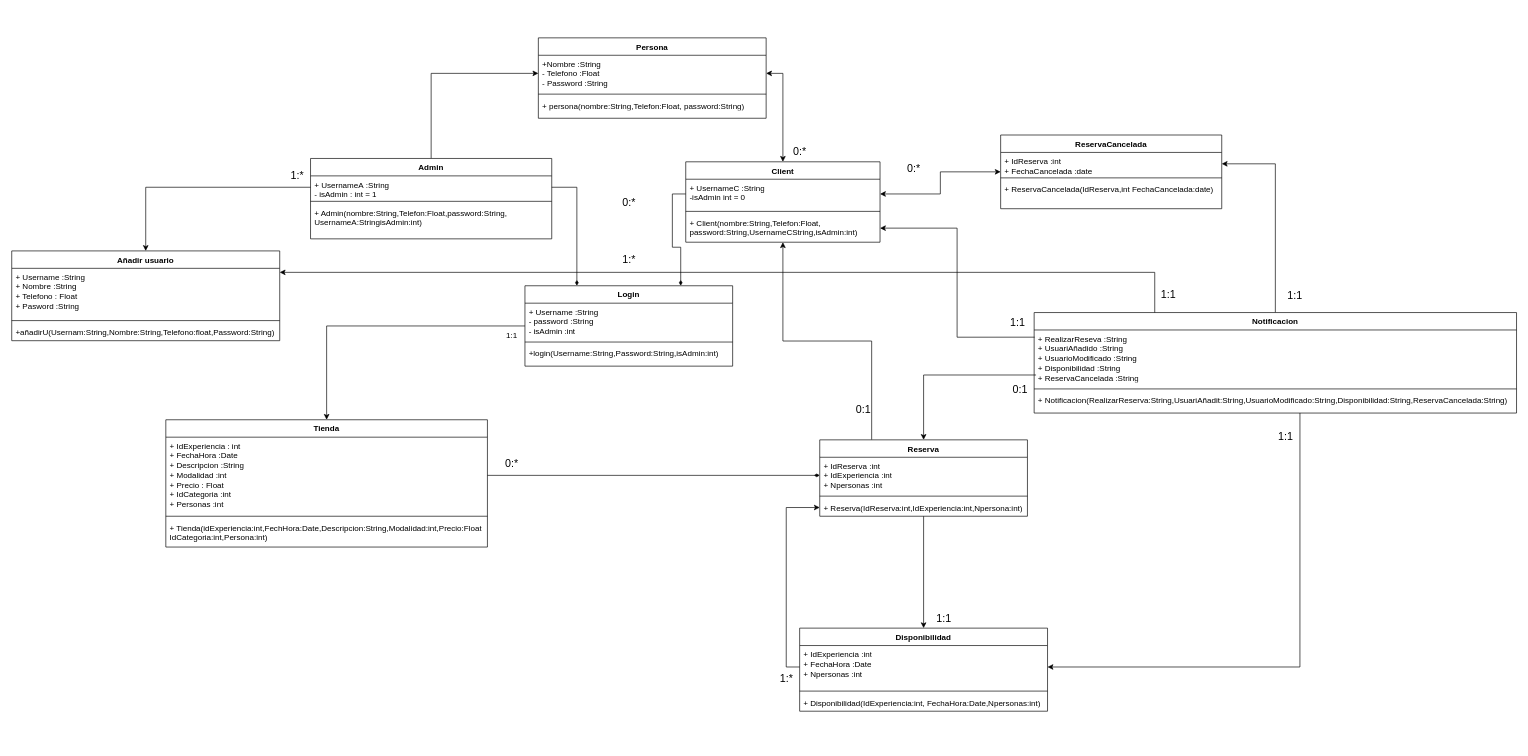
Before: Diagramas/UML_XaJo.drawio in joam6/Sailing_XaJo, a draw.io diagram. Source tidied: cells renumbered, new cells numbered last; positions are measured from the earlier drawing's top-left corner, leaving out a move shared by most shapes. Both pictures are drawn from the tidied source at 67%, with x=0, y=0 at pixel (11, 38).
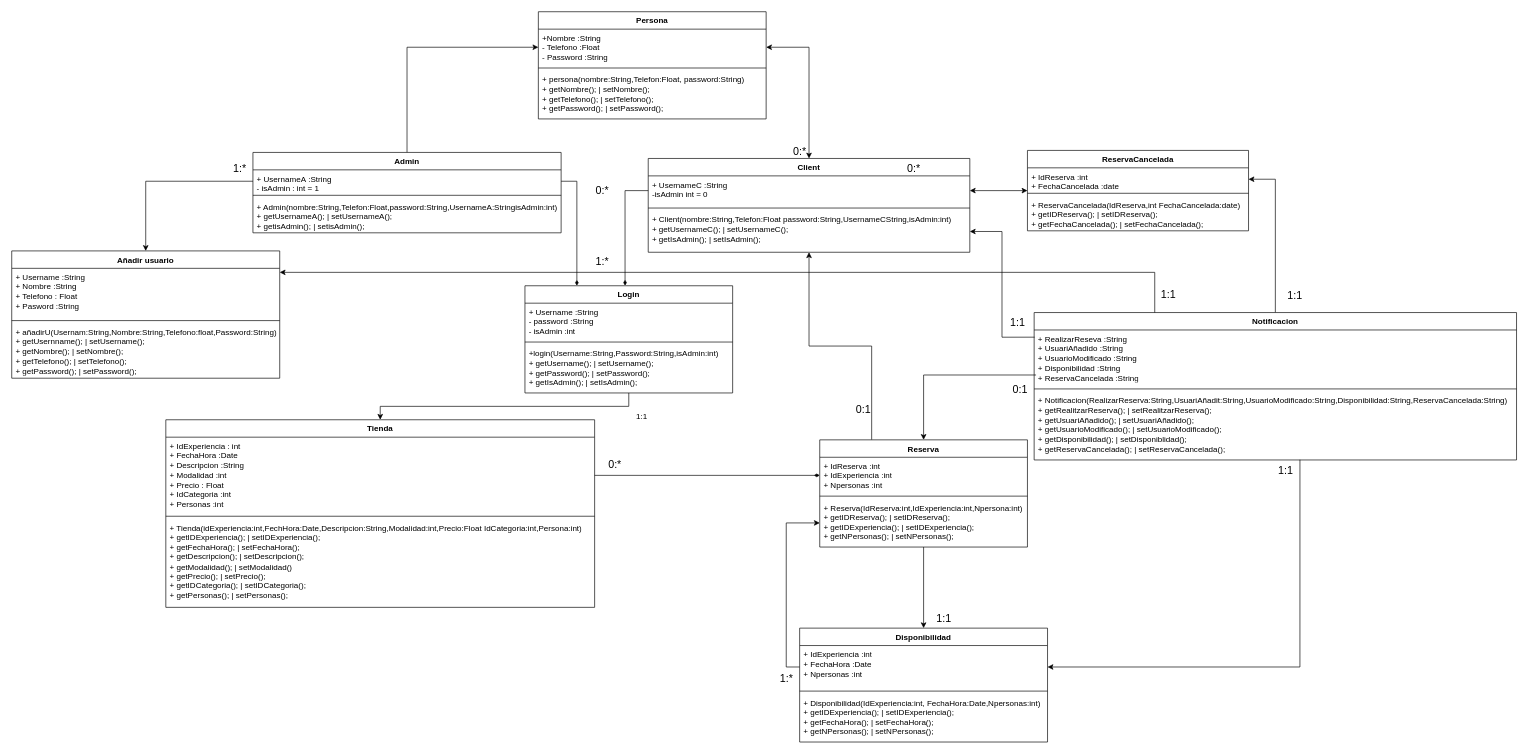
The same page after the edit.

Diff of the diagram source:
```diff
@@
     <mxCell id="3" value="Login" style="swimlane;fontStyle=1;align=center;verticalAlign=top;horizontal=1;startSize=26;whiteSpace=wrap;html=1;" parent="1" vertex="1">
-      <mxGeometry x="766" y="370" width="310" height="120" as="geometry" />
+      <mxGeometry x="766" y="370" width="310" height="160" as="geometry" />
     </mxCell>
@@
-    <mxCell id="6" value="&lt;span style=&quot;text-wrap-mode: nowrap;&quot;&gt;+login(Username:String,Password:String,isAdmin:int)&lt;/span&gt;" style="text;strokeColor=none;fillColor=none;align=left;verticalAlign=top;spacingLeft=4;spacingRight=4;overflow=hidden;whiteSpace=wrap;html=1;" parent="3" vertex="1">
-      <mxGeometry y="88" width="310" height="32" as="geometry" />
+    <mxCell id="6" value="&lt;span style=&quot;text-wrap-mode: nowrap;&quot;&gt;+login(Username:String,Password:String,isAdmin:int)&lt;/span&gt;&lt;div&gt;+&amp;nbsp;&lt;span style=&quot;background-color: initial;&quot;&gt;getUsername(); | setUsername();&lt;/span&gt;&lt;span style=&quot;text-wrap-mode: nowrap;&quot;&gt;&lt;/span&gt;&lt;/div&gt;&lt;div&gt;+&amp;nbsp;&lt;span style=&quot;background-color: initial;&quot;&gt;getPassword(); | setPassword();&lt;/span&gt;&lt;span style=&quot;background-color: initial;&quot;&gt;&lt;/span&gt;&lt;/div&gt;&lt;div&gt;+&amp;nbsp;&lt;span style=&quot;background-color: initial;&quot;&gt;getIsAdmin(); | setIsAdmin();&lt;/span&gt;&lt;/div&gt;" style="text;strokeColor=none;fillColor=none;align=left;verticalAlign=top;spacingLeft=4;spacingRight=4;overflow=hidden;whiteSpace=wrap;html=1;" parent="3" vertex="1">
+      <mxGeometry y="88" width="310" height="72" as="geometry" />
     </mxCell>
     <mxCell id="7" value="Persona" style="swimlane;fontStyle=1;align=center;verticalAlign=top;horizontal=1;startSize=26;whiteSpace=wrap;html=1;" parent="1" vertex="1">
-      <mxGeometry x="786" width="340" height="120" as="geometry" />
+      <mxGeometry x="786" y="-39" width="340" height="160" as="geometry" />
     </mxCell>
@@
-    <mxCell id="10" value="+ persona(nombre:String,Telefon:Float, password:String)" style="text;strokeColor=none;fillColor=none;align=left;verticalAlign=top;spacingLeft=4;spacingRight=4;overflow=hidden;whiteSpace=wrap;html=1;" parent="7" vertex="1">
-      <mxGeometry y="88" width="340" height="32" as="geometry" />
+    <mxCell id="10" value="+ persona(nombre:String,Telefon:Float, password:String)&lt;div&gt;+&amp;nbsp;&lt;span style=&quot;background-color: initial;&quot;&gt;getNombre(); | setNombre();&lt;/span&gt;&lt;/div&gt;&lt;div&gt;+&amp;nbsp;&lt;span style=&quot;background-color: initial;&quot;&gt;getTelefono(); | setTelefono();&lt;/span&gt;&lt;span style=&quot;background-color: initial;&quot;&gt;&lt;/span&gt;&lt;/div&gt;&lt;div&gt;+&amp;nbsp;&lt;span style=&quot;background-color: initial;&quot;&gt;getPassword(); | setPassword();&lt;/span&gt;&lt;span style=&quot;background-color: initial;&quot;&gt;&lt;/span&gt;&lt;/div&gt;" style="text;strokeColor=none;fillColor=none;align=left;verticalAlign=top;spacingLeft=4;spacingRight=4;overflow=hidden;whiteSpace=wrap;html=1;" parent="7" vertex="1">
+      <mxGeometry y="88" width="340" height="72" as="geometry" />
     </mxCell>
@@
     <mxCell id="12" value="Admin" style="swimlane;fontStyle=1;align=center;verticalAlign=top;horizontal=1;startSize=26;whiteSpace=wrap;html=1;" parent="1" vertex="1">
-      <mxGeometry x="446" y="180" width="360" height="120" as="geometry" />
+      <mxGeometry x="360" y="171" width="460" height="120" as="geometry" />
     </mxCell>
     <mxCell id="13" value="&lt;div&gt;+ UsernameA&amp;nbsp;&lt;span style=&quot;background-color: initial;&quot;&gt;:String&lt;/span&gt;&lt;/div&gt;- isAdmin : int = 1" style="text;strokeColor=none;fillColor=none;align=left;verticalAlign=top;spacingLeft=4;spacingRight=4;overflow=hidden;points=[[0,0.5],[1,0.5]];portConstraint=eastwest;whiteSpace=wrap;html=1;" parent="12" vertex="1">
-      <mxGeometry y="26" width="360" height="34" as="geometry" />
+      <mxGeometry y="26" width="460" height="34" as="geometry" />
     </mxCell>
     <mxCell id="14" style="line;strokeWidth=1;fillColor=none;align=left;verticalAlign=middle;spacingTop=-1;spacingLeft=3;spacingRight=3;labelPosition=right;strokeColor=inherit;" parent="12" vertex="1">
-      <mxGeometry y="60" width="360" height="8" as="geometry" />
+      <mxGeometry y="60" width="460" height="8" as="geometry" />
     </mxCell>
-    <mxCell id="15" value="+ Admin(nombre:String,Telefon:Float,password:String,&lt;br&gt;UsernameA:StringisAdmin:int)" style="text;strokeColor=none;fillColor=none;align=left;verticalAlign=top;spacingLeft=4;spacingRight=4;overflow=hidden;whiteSpace=wrap;html=1;" parent="12" vertex="1">
-      <mxGeometry y="68" width="360" height="52" as="geometry" />
+    <mxCell id="15" value="+ Admin(nombre:String,Telefon:Float,password:String,UsernameA:StringisAdmin:int)&lt;div&gt;+&amp;nbsp;&lt;span style=&quot;background-color: initial;&quot;&gt;getUsernameA(); | setUsernameA();&lt;/span&gt;&lt;/div&gt;&lt;div&gt;+&amp;nbsp;&lt;span style=&quot;background-color: initial;&quot;&gt;getisAdmin(); | setisAdmin();&lt;/span&gt;&lt;span style=&quot;background-color: initial;&quot;&gt;&lt;/span&gt;&lt;/div&gt;" style="text;strokeColor=none;fillColor=none;align=left;verticalAlign=top;spacingLeft=4;spacingRight=4;overflow=hidden;whiteSpace=wrap;html=1;" parent="12" vertex="1">
+      <mxGeometry y="68" width="460" height="52" as="geometry" />
     </mxCell>
@@
     <mxCell id="17" value="Client" style="swimlane;fontStyle=1;align=center;verticalAlign=top;horizontal=1;startSize=26;whiteSpace=wrap;html=1;" parent="1" vertex="1">
-      <mxGeometry x="1006" y="185" width="290" height="120" as="geometry" />
+      <mxGeometry x="950" y="180" width="480" height="140" as="geometry" />
     </mxCell>
     <mxCell id="18" value="&lt;div&gt;+ UsernameC&amp;nbsp;&lt;span style=&quot;background-color: initial;&quot;&gt;:String&lt;br&gt;-isAdmin int = 0&lt;/span&gt;&lt;/div&gt;" style="text;strokeColor=none;fillColor=none;align=left;verticalAlign=top;spacingLeft=4;spacingRight=4;overflow=hidden;points=[[0,0.5],[1,0.5]];portConstraint=eastwest;whiteSpace=wrap;html=1;" parent="17" vertex="1">
-      <mxGeometry y="26" width="290" height="44" as="geometry" />
+      <mxGeometry y="26" width="480" height="44" as="geometry" />
     </mxCell>
     <mxCell id="19" style="line;strokeWidth=1;fillColor=none;align=left;verticalAlign=middle;spacingTop=-1;spacingLeft=3;spacingRight=3;labelPosition=right;strokeColor=inherit;" parent="17" vertex="1">
-      <mxGeometry y="70" width="290" height="8" as="geometry" />
+      <mxGeometry y="70" width="480" height="8" as="geometry" />
     </mxCell>
-    <mxCell id="20" value="+ Client(nombre:String,Telefon:Float, password:String,UsernameCString,isAdmin:int)&lt;div&gt;&lt;/div&gt;" style="text;strokeColor=none;fillColor=none;align=left;verticalAlign=top;spacingLeft=4;spacingRight=4;overflow=hidden;points=[[0,0.5],[1,0.5]];portConstraint=eastwest;whiteSpace=wrap;html=1;" parent="17" vertex="1">
-      <mxGeometry y="78" width="290" height="42" as="geometry" />
+    <mxCell id="20" value="+ Client(nombre:String,Telefon:Float password:String,UsernameCString,isAdmin:int)&lt;div&gt;&lt;/div&gt;&lt;div&gt;+&amp;nbsp;&lt;span style=&quot;background-color: initial;&quot;&gt;getUsernameC(); | setUsernameC();&lt;/span&gt;&lt;/div&gt;&lt;div&gt;+&amp;nbsp;&lt;span style=&quot;background-color: initial;&quot;&gt;getIsAdmin(); | setIsAdmin();&lt;/span&gt;&lt;span style=&quot;background-color: initial;&quot;&gt;&lt;/span&gt;&lt;/div&gt;" style="text;strokeColor=none;fillColor=none;align=left;verticalAlign=top;spacingLeft=4;spacingRight=4;overflow=hidden;points=[[0,0.5],[1,0.5]];portConstraint=eastwest;whiteSpace=wrap;html=1;" parent="17" vertex="1">
+      <mxGeometry y="78" width="480" height="62" as="geometry" />
     </mxCell>
@@
     <mxCell id="24" value="Reserva" style="swimlane;fontStyle=1;align=center;verticalAlign=top;horizontal=1;startSize=26;whiteSpace=wrap;html=1;" parent="1" vertex="1">
-      <mxGeometry x="1206" y="600" width="310" height="114" as="geometry" />
+      <mxGeometry x="1206" y="600" width="310" height="160" as="geometry" />
     </mxCell>
@@
-    <mxCell id="27" value="+ Reserva(IdReserva:int,IdExperiencia:int,Npersona:int)" style="text;strokeColor=none;fillColor=none;align=left;verticalAlign=top;spacingLeft=4;spacingRight=4;overflow=hidden;points=[[0,0.5],[1,0.5]];portConstraint=eastwest;whiteSpace=wrap;html=1;" parent="24" vertex="1">
-      <mxGeometry y="88" width="310" height="26" as="geometry" />
+    <mxCell id="27" value="+ Reserva(IdReserva:int,IdExperiencia:int,Npersona:int)&lt;div&gt;+&amp;nbsp;&lt;span style=&quot;background-color: initial;&quot;&gt;getIDReserva(); | setIDReserva();&lt;/span&gt;&lt;/div&gt;&lt;div&gt;+&amp;nbsp;&lt;span style=&quot;background-color: initial;&quot;&gt;getIDExperiencia(); | setIDExperiencia();&lt;/span&gt;&lt;span style=&quot;background-color: initial;&quot;&gt;&lt;/span&gt;&lt;/div&gt;&lt;div&gt;+&amp;nbsp;&lt;span style=&quot;background-color: initial;&quot;&gt;getNPersonas(); | setNPersonas();&lt;/span&gt;&lt;span style=&quot;background-color: initial;&quot;&gt;&lt;/span&gt;&lt;/div&gt;&lt;div&gt;&lt;span style=&quot;background-color: initial;&quot;&gt;&lt;br&gt;&lt;/span&gt;&lt;/div&gt;" style="text;strokeColor=none;fillColor=none;align=left;verticalAlign=top;spacingLeft=4;spacingRight=4;overflow=hidden;points=[[0,0.5],[1,0.5]];portConstraint=eastwest;whiteSpace=wrap;html=1;" parent="24" vertex="1">
+      <mxGeometry y="88" width="310" height="72" as="geometry" />
     </mxCell>
@@
     <mxCell id="29" value="Notificacion" style="swimlane;fontStyle=1;align=center;verticalAlign=top;horizontal=1;startSize=26;whiteSpace=wrap;html=1;" parent="1" vertex="1">
-      <mxGeometry x="1526" y="410" width="720" height="150" as="geometry" />
+      <mxGeometry x="1526" y="410" width="720" height="220" as="geometry" />
     </mxCell>
@@
-    <mxCell id="32" value="+ Notificacion(RealizarReserva:String,UsuariAñadit:String,UsuarioModificado:String,Disponibilidad:String,ReservaCancelada:String)" style="text;strokeColor=none;fillColor=none;align=left;verticalAlign=top;spacingLeft=4;spacingRight=4;overflow=hidden;points=[[0,0.5],[1,0.5]];portConstraint=eastwest;whiteSpace=wrap;html=1;" parent="29" vertex="1">
-      <mxGeometry y="118" width="720" height="32" as="geometry" />
+    <mxCell id="32" value="+ Notificacion(RealizarReserva:String,UsuariAñadit:String,UsuarioModificado:String,Disponibilidad:String,ReservaCancelada:String)&lt;div&gt;+&amp;nbsp;&lt;span style=&quot;background-color: initial;&quot;&gt;getRealitzarReserva(); | setRealitzarReserva();&lt;/span&gt;&lt;/div&gt;&lt;div&gt;+&amp;nbsp;&lt;span style=&quot;background-color: initial;&quot;&gt;getUsuariAñadido(); | setUsuariAñadido();&lt;/span&gt;&lt;span style=&quot;background-color: initial;&quot;&gt;&lt;/span&gt;&lt;/div&gt;&lt;div&gt;+&amp;nbsp;&lt;span style=&quot;background-color: initial;&quot;&gt;getUsuarioModificado(); | setUsuarioModificado();&lt;/span&gt;&lt;span style=&quot;background-color: initial;&quot;&gt;&lt;/span&gt;&lt;/div&gt;&lt;div&gt;+&amp;nbsp;&lt;span style=&quot;background-color: initial;&quot;&gt;getDisponibilidad(); | setDisponiblidad();&lt;/span&gt;&lt;span style=&quot;background-color: initial;&quot;&gt;&lt;/span&gt;&lt;/div&gt;&lt;div&gt;+&amp;nbsp;&lt;span style=&quot;background-color: initial;&quot;&gt;getReservaCancelada(); | setReservaCancelada();&lt;/span&gt;&lt;span style=&quot;background-color: initial;&quot;&gt;&lt;/span&gt;&lt;/div&gt;&lt;div&gt;&lt;span style=&quot;background-color: initial;&quot;&gt;&lt;br&gt;&lt;/span&gt;&lt;/div&gt;" style="text;strokeColor=none;fillColor=none;align=left;verticalAlign=top;spacingLeft=4;spacingRight=4;overflow=hidden;points=[[0,0.5],[1,0.5]];portConstraint=eastwest;whiteSpace=wrap;html=1;" parent="29" vertex="1">
+      <mxGeometry y="118" width="720" height="102" as="geometry" />
     </mxCell>
@@
     <mxCell id="34" value="Añadir usuario" style="swimlane;fontStyle=1;align=center;verticalAlign=top;horizontal=1;startSize=26;whiteSpace=wrap;html=1;" parent="1" vertex="1">
-      <mxGeometry y="318" width="400" height="134" as="geometry" />
+      <mxGeometry y="318" width="400" height="190" as="geometry" />
     </mxCell>
@@
-    <mxCell id="37" value="+añadirU(Usernam:String,Nombre:String,Telefono:float,Password:String&lt;span style=&quot;background-color: initial;&quot;&gt;)&lt;/span&gt;" style="text;strokeColor=none;fillColor=none;align=left;verticalAlign=top;spacingLeft=4;spacingRight=4;overflow=hidden;whiteSpace=wrap;html=1;" parent="34" vertex="1">
-      <mxGeometry y="108" width="400" height="26" as="geometry" />
+    <mxCell id="37" value="+ añadirU(Usernam:String,Nombre:String,Telefono:float,Password:String&lt;span style=&quot;background-color: initial;&quot;&gt;)&lt;/span&gt;&lt;div&gt;&lt;span style=&quot;background-color: initial;&quot;&gt;+ getUsernname();&amp;nbsp;&lt;/span&gt;|&lt;span style=&quot;background-color: initial;&quot;&gt;&amp;nbsp;setUsername();&lt;/span&gt;&lt;/div&gt;&lt;div&gt;&lt;span style=&quot;background-color: initial;&quot;&gt;+ getNombre(); | setNombre();&lt;/span&gt;&lt;/div&gt;&lt;div&gt;&lt;span style=&quot;background-color: initial;&quot;&gt;+ getTelefono();&amp;nbsp;&lt;/span&gt;&lt;span style=&quot;background-color: initial;&quot;&gt;|&amp;nbsp;&lt;/span&gt;&lt;span style=&quot;background-color: initial;&quot;&gt;setTelefono();&lt;/span&gt;&lt;/div&gt;&lt;div&gt;&lt;span style=&quot;background-color: initial;&quot;&gt;+ getPassword();&amp;nbsp;&lt;/span&gt;&lt;span style=&quot;background-color: initial;&quot;&gt;| setPassword();&lt;/span&gt;&lt;/div&gt;" style="text;strokeColor=none;fillColor=none;align=left;verticalAlign=top;spacingLeft=4;spacingRight=4;overflow=hidden;whiteSpace=wrap;html=1;" parent="34" vertex="1">
+      <mxGeometry y="108" width="400" height="82" as="geometry" />
     </mxCell>
@@
     <mxCell id="39" value="ReservaCancelada" style="swimlane;fontStyle=1;align=center;verticalAlign=top;horizontal=1;startSize=26;whiteSpace=wrap;html=1;" parent="1" vertex="1">
-      <mxGeometry x="1476" y="145" width="330" height="110" as="geometry" />
+      <mxGeometry x="1516" y="168" width="330" height="120" as="geometry" />
     </mxCell>
@@
-    <mxCell id="42" value="+ ReservaCancelada(IdReserva,int FechaCancelada:date)" style="text;strokeColor=none;fillColor=none;align=left;verticalAlign=top;spacingLeft=4;spacingRight=4;overflow=hidden;whiteSpace=wrap;html=1;" parent="39" vertex="1">
-      <mxGeometry y="68" width="330" height="42" as="geometry" />
+    <mxCell id="42" value="+ ReservaCancelada(IdReserva,int FechaCancelada:date)&lt;div&gt;+&amp;nbsp;&lt;span style=&quot;background-color: initial;&quot;&gt;getIDReserva(); | setIDReserva();&lt;/span&gt;&lt;/div&gt;&lt;div&gt;+&amp;nbsp;&lt;span style=&quot;background-color: initial;&quot;&gt;getFechaCancelada(); | setFechaCancelada();&lt;/span&gt;&lt;span style=&quot;background-color: initial;&quot;&gt;&lt;/span&gt;&lt;/div&gt;" style="text;strokeColor=none;fillColor=none;align=left;verticalAlign=top;spacingLeft=4;spacingRight=4;overflow=hidden;whiteSpace=wrap;html=1;" parent="39" vertex="1">
+      <mxGeometry y="68" width="330" height="52" as="geometry" />
     </mxCell>
     <mxCell id="43" value="Disponibilidad" style="swimlane;fontStyle=1;align=center;verticalAlign=top;horizontal=1;startSize=26;whiteSpace=wrap;html=1;" parent="1" vertex="1">
-      <mxGeometry x="1176" y="881" width="370" height="124" as="geometry" />
+      <mxGeometry x="1176" y="881" width="370" height="170" as="geometry" />
     </mxCell>
@@
-    <mxCell id="46" value="+ Disponibilidad(IdExperiencia:int, FechaHora:Date,Npersonas:int)" style="text;strokeColor=none;fillColor=none;align=left;verticalAlign=top;spacingLeft=4;spacingRight=4;overflow=hidden;whiteSpace=wrap;html=1;" parent="43" vertex="1">
-      <mxGeometry y="98" width="370" height="26" as="geometry" />
+    <mxCell id="46" value="+ Disponibilidad(IdExperiencia:int, FechaHora:Date,Npersonas:int)&lt;div&gt;+ getIDExperiencia(); | setIDExperiencia();&lt;/div&gt;&lt;div&gt;+&amp;nbsp;&lt;span style=&quot;background-color: initial;&quot;&gt;getFechaHora(); | setFechaHora();&lt;/span&gt;&lt;/div&gt;&lt;div&gt;+&amp;nbsp;&lt;span style=&quot;background-color: initial;&quot;&gt;getNPersonas(); | setNPersonas();&lt;/span&gt;&lt;/div&gt;" style="text;strokeColor=none;fillColor=none;align=left;verticalAlign=top;spacingLeft=4;spacingRight=4;overflow=hidden;whiteSpace=wrap;html=1;" parent="43" vertex="1">
+      <mxGeometry y="98" width="370" height="72" as="geometry" />
     </mxCell>
     <mxCell id="47" value="Tienda" style="swimlane;fontStyle=1;align=center;verticalAlign=top;horizontal=1;startSize=26;whiteSpace=wrap;html=1;" parent="1" vertex="1">
-      <mxGeometry x="230" y="570" width="480" height="190" as="geometry" />
+      <mxGeometry x="230" y="570" width="640" height="280" as="geometry" />
     </mxCell>
     <mxCell id="48" value="+ IdExperiencia : int&lt;br&gt;+ FechaHora :Date&lt;br&gt;+ Descripcion :String&lt;br&gt;+ Modalidad :int&lt;br&gt;+ Precio : Float&lt;br&gt;+ IdCategoria :int&lt;br&gt;+ Personas :int" style="text;strokeColor=none;fillColor=none;align=left;verticalAlign=top;spacingLeft=4;spacingRight=4;overflow=hidden;points=[[0,0.5],[1,0.5]];portConstraint=eastwest;whiteSpace=wrap;html=1;" parent="47" vertex="1">
-      <mxGeometry y="26" width="480" height="114" as="geometry" />
+      <mxGeometry y="26" width="640" height="114" as="geometry" />
     </mxCell>
     <mxCell id="49" style="line;strokeWidth=1;fillColor=none;align=left;verticalAlign=middle;spacingTop=-1;spacingLeft=3;spacingRight=3;labelPosition=right;strokeColor=inherit;" parent="47" vertex="1">
-      <mxGeometry y="140" width="480" height="8" as="geometry" />
+      <mxGeometry y="140" width="640" height="8" as="geometry" />
     </mxCell>
-    <mxCell id="50" value="+ Tienda(idExperiencia:int,FechHora:Date,Descripcion:String,Modalidad:int,Precio:Float&lt;br&gt;IdCategoria:int,Persona:int)" style="text;strokeColor=none;fillColor=none;align=left;verticalAlign=top;spacingLeft=4;spacingRight=4;overflow=hidden;whiteSpace=wrap;html=1;" parent="47" vertex="1">
-      <mxGeometry y="148" width="480" height="42" as="geometry" />
+    <mxCell id="50" value="+ Tienda(idExperiencia:int,FechHora:Date,Descripcion:String,Modalidad:int,Precio:Float IdCategoria:int,Persona:int)&lt;div&gt;+ getIDExperiencia(); | setIDExperiencia();&lt;/div&gt;&lt;div&gt;+ getFechaHora(); | setFechaHora();&lt;/div&gt;&lt;div&gt;+ getDescripcion(); | setDescripcion();&lt;/div&gt;&lt;div&gt;+ getModalidad(); | setModalidad()&lt;/div&gt;&lt;div&gt;+ getPrecio(); | setPrecio();&lt;/div&gt;&lt;div&gt;+ getIDCategoria(); | setIDCategoria();&lt;/div&gt;&lt;div&gt;+ getPersonas(); | setPersonas();&lt;/div&gt;" style="text;strokeColor=none;fillColor=none;align=left;verticalAlign=top;spacingLeft=4;spacingRight=4;overflow=hidden;whiteSpace=wrap;html=1;" parent="47" vertex="1">
+      <mxGeometry y="148" width="640" height="132" as="geometry" />
     </mxCell>
@@
-    <mxCell id="52" style="edgeStyle=orthogonalEdgeStyle;rounded=0;jettySize=auto;html=1;exitX=0;exitY=0.5;exitDx=0;exitDy=0;entryX=0.75;entryY=0;entryDx=0;entryDy=0;endArrow=diamondThin;endFill=1;" parent="1" edge="1" source="18" target="3">
+    <mxCell id="52" style="edgeStyle=orthogonalEdgeStyle;rounded=0;jettySize=auto;html=1;exitX=0;exitY=0.5;exitDx=0;exitDy=0;entryX=0.482;entryY=-0.001;entryDx=0;entryDy=0;endArrow=diamondThin;endFill=1;entryPerimeter=0;" parent="1" edge="1" source="18" target="3">
       <mxGeometry relative="1" as="geometry" />
     </mxCell>
@@
     <mxCell id="58" value="1:1" style="text;html=1;align=center;verticalAlign=middle;strokeColor=none;fillColor=none;fontSize=16;" parent="1" vertex="1">
-      <mxGeometry x="1876" y="580" width="50" height="30" as="geometry" />
+      <mxGeometry x="1876" y="630" width="50" height="30" as="geometry" />
     </mxCell>
@@
     <mxCell id="61" value="1:*" style="text;html=1;align=center;verticalAlign=middle;strokeColor=none;fillColor=none;fontSize=16;" parent="1" vertex="1">
-      <mxGeometry x="406" y="190" width="40" height="30" as="geometry" />
+      <mxGeometry x="320" y="180" width="40" height="30" as="geometry" />
     </mxCell>
@@
     <mxCell id="64" value="1:*" style="text;html=1;align=center;verticalAlign=middle;strokeColor=none;fillColor=none;fontSize=16;" parent="1" vertex="1">
-      <mxGeometry x="901" y="316" width="40" height="30" as="geometry" />
+      <mxGeometry x="861" y="318" width="40" height="30" as="geometry" />
     </mxCell>
     <mxCell id="65" value="0:*" style="text;html=1;align=center;verticalAlign=middle;strokeColor=none;fillColor=none;strokeWidth=1;fontSize=16;" parent="1" vertex="1">
-      <mxGeometry x="901" y="230" width="40" height="30" as="geometry" />
+      <mxGeometry x="861" y="213" width="40" height="30" as="geometry" />
     </mxCell>
     <mxCell id="66" value="1:1" style="text;html=1;align=center;verticalAlign=middle;strokeColor=none;fillColor=none;" parent="1" vertex="1">
-      <mxGeometry x="726" y="430" width="40" height="30" as="geometry" />
+      <mxGeometry x="920" y="551" width="40" height="30" as="geometry" />
     </mxCell>
@@
     <mxCell id="69" value="0:*" style="text;html=1;align=center;verticalAlign=middle;strokeColor=none;fillColor=none;fontSize=16;" parent="1" vertex="1">
-      <mxGeometry x="726" y="620" width="40" height="30" as="geometry" />
+      <mxGeometry x="880" y="621" width="40" height="30" as="geometry" />
     </mxCell>
```
